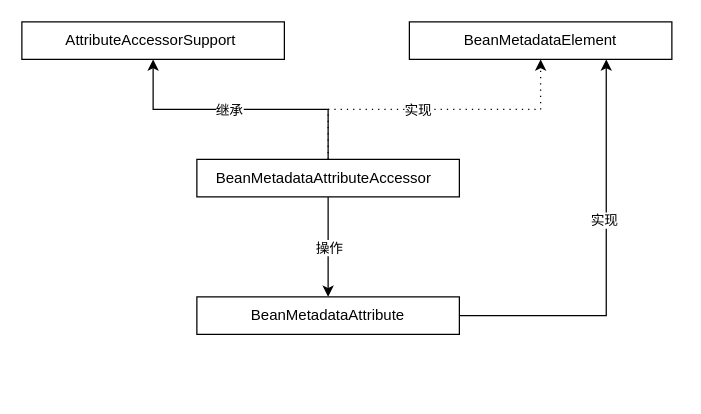
myliwenbo/Springboot keeps this draw.io diagram as BeanMetadataAttributeAccessor.drawio. Above is the earlier version. Source tidied: cells renumbered, new cells numbered last; positions are measured from the earlier drawing's top-left corner, leaving out a move shared by most shapes. Both pictures are drawn from the tidied source at 125%, with x=0, y=0 at pixel (21, 21).
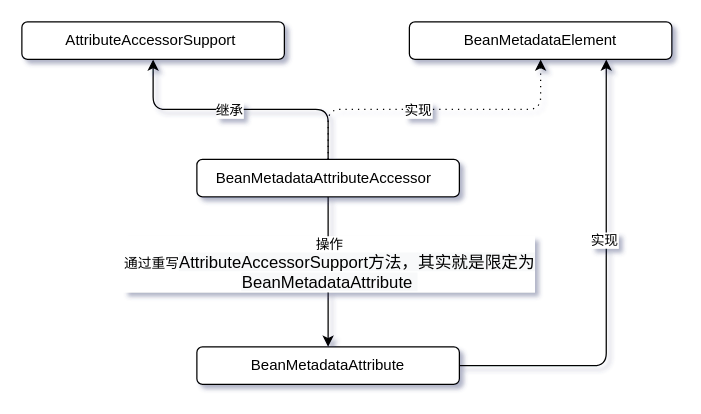
After the change.

Change to the diagram source:
```diff
@@
-<mxGraphModel>
+<mxGraphModel shadow="1">
   <root>
     <mxCell id="0" />
     <mxCell id="1" parent="0" />
-    <mxCell id="2" style="edgeStyle=orthogonalEdgeStyle;rounded=0;jettySize=auto;labelBorderColor=none;html=1;" parent="1" edge="1" source="8" target="9">
+    <mxCell id="2" style="edgeStyle=orthogonalEdgeStyle;jettySize=auto;labelBorderColor=none;html=1;" parent="1" edge="1" source="8" target="9">
       <mxGeometry relative="1" as="geometry" />
     </mxCell>
-    <mxCell id="3" value="继承" style="edgeLabel;align=center;verticalAlign=middle;labelBorderColor=none;html=1;" parent="2" vertex="1">
+    <mxCell id="3" value="继承" style="edgeLabel;align=center;verticalAlign=middle;labelBorderColor=none;html=1;rounded=1;" parent="2" vertex="1">
       <mxGeometry x="0.09" relative="1" as="geometry" />
     </mxCell>
-    <mxCell id="4" style="edgeStyle=orthogonalEdgeStyle;rounded=0;jettySize=auto;dashed=1;dashPattern=1 4;labelBorderColor=none;html=1;" parent="1" edge="1" source="8" target="10">
+    <mxCell id="4" style="edgeStyle=orthogonalEdgeStyle;jettySize=auto;dashed=1;dashPattern=1 4;labelBorderColor=none;html=1;" parent="1" edge="1" source="8" target="10">
       <mxGeometry relative="1" as="geometry" />
     </mxCell>
-    <mxCell id="5" value="实现" style="edgeLabel;align=center;verticalAlign=middle;labelBorderColor=none;html=1;" parent="4" vertex="1">
+    <mxCell id="5" value="实现" style="edgeLabel;align=center;verticalAlign=middle;labelBorderColor=none;html=1;rounded=1;" parent="4" vertex="1">
       <mxGeometry x="-0.11" relative="1" as="geometry" />
     </mxCell>
-    <mxCell id="6" style="edgeStyle=orthogonalEdgeStyle;rounded=0;jettySize=auto;labelBorderColor=none;html=1;" parent="1" edge="1" source="8" target="13">
+    <mxCell id="6" style="edgeStyle=orthogonalEdgeStyle;jettySize=auto;labelBorderColor=none;html=1;" parent="1" edge="1" source="8" target="13">
       <mxGeometry relative="1" as="geometry" />
     </mxCell>
-    <mxCell id="7" value="操作" style="edgeLabel;align=center;verticalAlign=middle;labelBorderColor=none;html=1;" parent="6" vertex="1">
+    <mxCell id="7" value="操作&lt;br&gt;通过重写&lt;span style=&quot;font-size: 13.3333px ; background-color: rgb(248 , 249 , 250)&quot;&gt;AttributeAccessorSupport方法，其实就是限定为&lt;br&gt;BeanMetadataAttribute&amp;nbsp;&lt;/span&gt;" style="edgeLabel;align=center;verticalAlign=middle;labelBorderColor=none;html=1;rounded=1;" parent="6" vertex="1">
       <mxGeometry x="-0.33" y="-2" relative="1" as="geometry">
         <mxPoint x="2" y="13.1" as="offset" />
       </mxGeometry>
     </mxCell>
-    <mxCell id="8" value="BeanMetadataAttributeAccessor  " style="rounded=0;whiteSpace=wrap;labelBorderColor=none;html=1;" parent="1" vertex="1">
+    <mxCell id="8" value="BeanMetadataAttributeAccessor  " style="whiteSpace=wrap;labelBorderColor=none;html=1;rounded=1;" parent="1" vertex="1">
       <mxGeometry x="140" y="110" width="210" height="30" as="geometry" />
     </mxCell>
-    <mxCell id="9" value="AttributeAccessorSupport " style="rounded=0;whiteSpace=wrap;labelBorderColor=none;html=1;" parent="1" vertex="1">
+    <mxCell id="9" value="AttributeAccessorSupport " style="whiteSpace=wrap;labelBorderColor=none;html=1;rounded=1;" parent="1" vertex="1">
       <mxGeometry width="210" height="30" as="geometry" />
     </mxCell>
-    <mxCell id="10" value="BeanMetadataElement" style="rounded=0;whiteSpace=wrap;html=1;labelBorderColor=none;" parent="1" vertex="1">
+    <mxCell id="10" value="BeanMetadataElement" style="whiteSpace=wrap;html=1;labelBorderColor=none;rounded=1;" parent="1" vertex="1">
       <mxGeometry x="310" width="210" height="30" as="geometry" />
     </mxCell>
-    <mxCell id="11" style="edgeStyle=orthogonalEdgeStyle;rounded=0;jettySize=auto;entryX=0.75;entryY=1;entryDx=0;entryDy=0;exitX=1;exitY=0.5;exitDx=0;exitDy=0;labelBorderColor=none;html=1;" parent="1" edge="1" source="13" target="10">
+    <mxCell id="11" style="edgeStyle=orthogonalEdgeStyle;jettySize=auto;entryX=0.75;entryY=1;entryDx=0;entryDy=0;exitX=1;exitY=0.5;exitDx=0;exitDy=0;labelBorderColor=none;html=1;" parent="1" edge="1" source="13" target="10">
       <mxGeometry relative="1" as="geometry" />
     </mxCell>
-    <mxCell id="12" value="实现" style="edgeLabel;align=center;verticalAlign=middle;labelBorderColor=none;html=1;" parent="11" vertex="1">
+    <mxCell id="12" value="实现" style="edgeLabel;align=center;verticalAlign=middle;labelBorderColor=none;html=1;rounded=1;" parent="11" vertex="1">
       <mxGeometry x="0.2" y="2" relative="1" as="geometry" />
     </mxCell>
-    <mxCell id="13" value="BeanMetadataAttribute" style="rounded=0;whiteSpace=wrap;labelBorderColor=none;html=1;" parent="1" vertex="1">
-      <mxGeometry x="140" y="220" width="210" height="30" as="geometry" />
+    <mxCell id="13" value="BeanMetadataAttribute" style="whiteSpace=wrap;labelBorderColor=none;html=1;rounded=1;" parent="1" vertex="1">
+      <mxGeometry x="140" y="260" width="210" height="30" as="geometry" />
     </mxCell>
   </root>
 </mxGraphModel>
```
